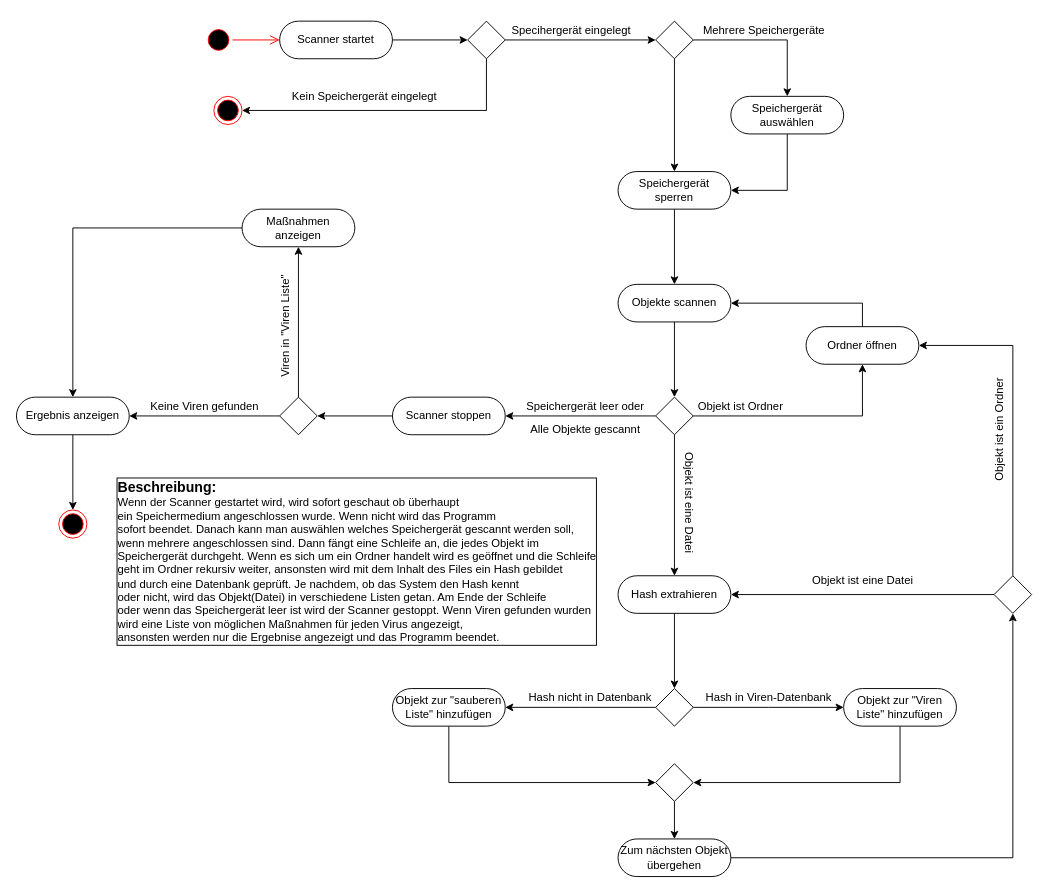
Above: Diagramme/MaturaAktivitaet.drawio in Raspirus/Raspirus (draw.io), before the change. Source tidied: cells renumbered, new cells numbered last; positions are measured from the earlier drawing's top-left corner, leaving out a move shared by most shapes. Both pictures are drawn from the tidied source at 94%, with x=0, y=0 at pixel (16, 16).
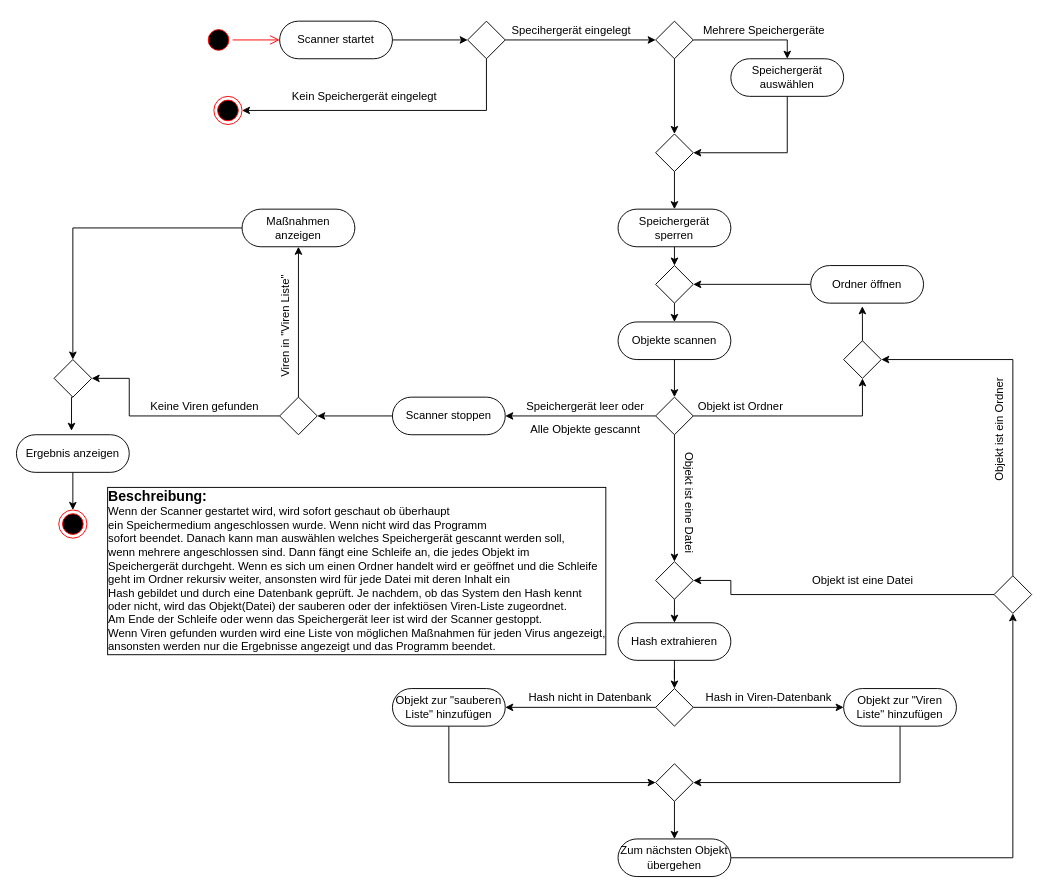
Above is the later version.

The change refers to these unchanged cells:
```xml
<mxCell id="13" style="rhombus;whiteSpace=wrap;html=1;" parent="1" vertex="1">
  <mxGeometry x="680" y="5" width="40" height="40" as="geometry" />
</mxCell>
<mxCell id="25" style="rhombus;whiteSpace=wrap;html=1;" parent="1" vertex="1">
  <mxGeometry x="680" y="405" width="40" height="40" as="geometry" />
</mxCell>
<mxCell id="50" style="rhombus;whiteSpace=wrap;html=1;" parent="1" vertex="1">
  <mxGeometry x="1040" y="595" width="40" height="40" as="geometry" />
</mxCell>
<mxCell id="55" style="rhombus;whiteSpace=wrap;html=1;" parent="1" vertex="1">
  <mxGeometry x="280" y="405" width="40" height="40" as="geometry" />
</mxCell>
<mxCell id="57" value="Maßnahmen anzeigen" style="rounded=1;whiteSpace=wrap;html=1;arcSize=50;" parent="1" vertex="1">
  <mxGeometry x="240" y="205" width="120" height="40" as="geometry" />
</mxCell>
```

The edit, as a diff of the source:
```diff
@@
-    <mxCell id="12" style="edgeStyle=orthogonalEdgeStyle;rounded=0;jettySize=auto;html=1;entryX=0.5;entryY=0;entryDx=0;entryDy=0;" parent="1" edge="1" source="13" target="19">
-      <mxGeometry relative="1" as="geometry" />
-    </mxCell>
+    <mxCell id="65" style="edgeStyle=orthogonalEdgeStyle;rounded=0;jettySize=auto;html=1;exitX=0.5;exitY=1;exitDx=0;exitDy=0;entryX=0.5;entryY=0;entryDx=0;entryDy=0;" parent="1" edge="1" source="13" target="76">
+      <mxGeometry relative="1" as="geometry" />
+    </mxCell>
@@
-    <mxCell id="15" style="edgeStyle=orthogonalEdgeStyle;rounded=0;jettySize=auto;html=1;entryX=1;entryY=0.5;entryDx=0;entryDy=0;" parent="1" edge="1" source="16" target="19">
-      <mxGeometry relative="1" as="geometry" />
-    </mxCell>
+    <mxCell id="66" style="edgeStyle=orthogonalEdgeStyle;rounded=0;jettySize=auto;html=1;exitX=0.5;exitY=1;exitDx=0;exitDy=0;entryX=1;entryY=0.5;entryDx=0;entryDy=0;" parent="1" edge="1" source="16" target="76">
+      <mxGeometry relative="1" as="geometry" />
+    </mxCell>
     <mxCell id="16" value="Speichergerät auswählen" style="rounded=1;whiteSpace=wrap;html=1;arcSize=50;" parent="1" vertex="1">
-      <mxGeometry x="760" y="85" width="120" height="40" as="geometry" />
+      <mxGeometry x="760" y="45" width="120" height="40" as="geometry" />
     </mxCell>
@@
-    <mxCell id="18" style="edgeStyle=orthogonalEdgeStyle;rounded=0;jettySize=auto;html=1;entryX=0.5;entryY=0;entryDx=0;entryDy=0;" parent="1" edge="1" source="19" target="21">
-      <mxGeometry relative="1" as="geometry" />
-    </mxCell>
+    <mxCell id="67" style="edgeStyle=orthogonalEdgeStyle;rounded=0;jettySize=auto;html=1;exitX=0.5;exitY=1;exitDx=0;exitDy=0;entryX=0.5;entryY=0;entryDx=0;entryDy=0;" parent="1" edge="1" source="19" target="78">
+      <mxGeometry relative="1" as="geometry" />
+    </mxCell>
     <mxCell id="19" value="Speichergerät sperren" style="rounded=1;whiteSpace=wrap;html=1;arcSize=50;" parent="1" vertex="1">
-      <mxGeometry x="640" y="165" width="120" height="40" as="geometry" />
+      <mxGeometry x="640" y="205" width="120" height="40" as="geometry" />
     </mxCell>
@@
     <mxCell id="21" value="Objekte scannen" style="rounded=1;whiteSpace=wrap;html=1;arcSize=50;" parent="1" vertex="1">
-      <mxGeometry x="640" y="285" width="120" height="40" as="geometry" />
+      <mxGeometry x="640" y="325" width="120" height="40" as="geometry" />
     </mxCell>
@@
-    <mxCell id="23" style="edgeStyle=orthogonalEdgeStyle;rounded=0;jettySize=auto;html=1;exitX=1;exitY=0.5;exitDx=0;exitDy=0;entryX=0.5;entryY=1;entryDx=0;entryDy=0;" parent="1" edge="1" source="25" target="31">
-      <mxGeometry relative="1" as="geometry" />
-    </mxCell>
-    <mxCell id="24" style="edgeStyle=orthogonalEdgeStyle;rounded=0;jettySize=auto;html=1;entryX=0.5;entryY=0;entryDx=0;entryDy=0;fontSize=15;" parent="1" edge="1" source="25" target="33">
-      <mxGeometry relative="1" as="geometry" />
-    </mxCell>
+    <mxCell id="68" style="edgeStyle=orthogonalEdgeStyle;rounded=0;jettySize=auto;html=1;exitX=1;exitY=0.5;exitDx=0;exitDy=0;entryX=0.5;entryY=1;entryDx=0;entryDy=0;" parent="1" edge="1" source="25" target="80">
+      <mxGeometry relative="1" as="geometry" />
+    </mxCell>
+    <mxCell id="69" style="edgeStyle=orthogonalEdgeStyle;rounded=0;jettySize=auto;html=1;exitX=0.5;exitY=1;exitDx=0;exitDy=0;entryX=0.5;entryY=0;entryDx=0;entryDy=0;" parent="1" edge="1" source="25" target="82">
+      <mxGeometry relative="1" as="geometry" />
+    </mxCell>
@@
-    <mxCell id="30" style="edgeStyle=orthogonalEdgeStyle;rounded=0;jettySize=auto;html=1;entryX=1;entryY=0.5;entryDx=0;entryDy=0;" parent="1" edge="1" source="31" target="21">
-      <mxGeometry relative="1" as="geometry">
-        <Array as="points">
-          <mxPoint x="900" y="305" />
-        </Array>
-      </mxGeometry>
-    </mxCell>
+    <mxCell id="70" style="edgeStyle=orthogonalEdgeStyle;rounded=0;jettySize=auto;html=1;entryX=1;entryY=0.5;entryDx=0;entryDy=0;" parent="1" edge="1" source="31" target="78">
+      <mxGeometry relative="1" as="geometry">
+        <Array as="points">
+          <mxPoint x="900" y="285" />
+        </Array>
+      </mxGeometry>
+    </mxCell>
     <mxCell id="31" value="Ordner öffnen" style="rounded=1;whiteSpace=wrap;html=1;arcSize=50;" parent="1" vertex="1">
-      <mxGeometry x="840" y="330" width="120" height="40" as="geometry" />
+      <mxGeometry x="845" y="265" width="120" height="40" as="geometry" />
     </mxCell>
@@
     <mxCell id="33" value="Hash extrahieren" style="rounded=1;whiteSpace=wrap;html=1;arcSize=50;" parent="1" vertex="1">
-      <mxGeometry x="640" y="595" width="120" height="40" as="geometry" />
+      <mxGeometry x="640" y="645" width="120" height="40" as="geometry" />
     </mxCell>
@@
-    <mxCell id="48" style="edgeStyle=orthogonalEdgeStyle;rounded=0;jettySize=auto;html=1;entryX=1;entryY=0.5;entryDx=0;entryDy=0;" parent="1" edge="1" source="50" target="33">
-      <mxGeometry relative="1" as="geometry" />
-    </mxCell>
-    <mxCell id="49" style="edgeStyle=orthogonalEdgeStyle;rounded=0;jettySize=auto;html=1;entryX=1;entryY=0.5;entryDx=0;entryDy=0;" parent="1" edge="1" source="50" target="31">
-      <mxGeometry relative="1" as="geometry">
-        <Array as="points">
-          <mxPoint x="1060" y="350" />
-        </Array>
-      </mxGeometry>
-    </mxCell>
+    <mxCell id="71" style="edgeStyle=orthogonalEdgeStyle;rounded=0;jettySize=auto;html=1;exitX=0.5;exitY=0;exitDx=0;exitDy=0;entryX=1;entryY=0.5;entryDx=0;entryDy=0;" parent="1" edge="1" source="50" target="80">
+      <mxGeometry relative="1" as="geometry" />
+    </mxCell>
+    <mxCell id="72" style="edgeStyle=orthogonalEdgeStyle;rounded=0;jettySize=auto;html=1;exitX=0;exitY=0.5;exitDx=0;exitDy=0;entryX=1;entryY=0.5;entryDx=0;entryDy=0;" parent="1" edge="1" source="50" target="82">
+      <mxGeometry relative="1" as="geometry">
+        <Array as="points">
+          <mxPoint x="760" y="615" />
+          <mxPoint x="760" y="600" />
+        </Array>
+      </mxGeometry>
+    </mxCell>
@@
-    <mxCell id="54" style="edgeStyle=orthogonalEdgeStyle;rounded=0;jettySize=auto;html=1;entryX=1;entryY=0.5;entryDx=0;entryDy=0;" parent="1" edge="1" source="55" target="60">
-      <mxGeometry relative="1" as="geometry" />
-    </mxCell>
+    <mxCell id="73" style="edgeStyle=orthogonalEdgeStyle;rounded=0;jettySize=auto;html=1;exitX=0;exitY=0.5;exitDx=0;exitDy=0;" parent="1" edge="1" source="55" target="84">
+      <mxGeometry relative="1" as="geometry">
+        <Array as="points">
+          <mxPoint x="120" y="425" />
+          <mxPoint x="120" y="385" />
+        </Array>
+      </mxGeometry>
+    </mxCell>
@@
-    <mxCell id="56" style="edgeStyle=orthogonalEdgeStyle;rounded=0;jettySize=auto;html=1;entryX=0.5;entryY=0;entryDx=0;entryDy=0;" parent="1" edge="1" source="57" target="60">
-      <mxGeometry relative="1" as="geometry" />
-    </mxCell>
+    <mxCell id="74" style="edgeStyle=orthogonalEdgeStyle;rounded=0;jettySize=auto;html=1;exitX=0;exitY=0.5;exitDx=0;exitDy=0;entryX=0.5;entryY=0;entryDx=0;entryDy=0;" parent="1" edge="1" source="57" target="84">
+      <mxGeometry relative="1" as="geometry" />
+    </mxCell>
@@
     <mxCell id="60" value="Ergebnis anzeigen" style="rounded=1;whiteSpace=wrap;html=1;arcSize=50;" parent="1" vertex="1">
-      <mxGeometry y="405" width="120" height="40" as="geometry" />
+      <mxGeometry y="445" width="120" height="40" as="geometry" />
     </mxCell>
@@
-    <mxCell id="63" value="&lt;b&gt;&lt;font style=&quot;font-size: 15px;&quot;&gt;Beschreibung:&lt;/font&gt;&lt;/b&gt;&lt;br&gt;Wenn der Scanner gestartet wird, wird sofort geschaut ob überhaupt&lt;br&gt;ein Speichermedium angeschlossen wurde. Wenn nicht wird das Programm&lt;br&gt;sofort beendet. Danach kann man auswählen welches Speichergerät gescannt werden soll,&amp;nbsp;&lt;br&gt;wenn mehrere angeschlossen sind. Dann fängt eine Schleife an, die jedes Objekt im&lt;br&gt;Speichergerät durchgeht. Wenn es sich um ein Ordner handelt wird es geöffnet und die Schleife&lt;br&gt;geht im Ordner rekursiv weiter, ansonsten wird mit dem Inhalt des Files ein Hash gebildet&lt;br&gt;und durch eine Datenbank geprüft. Je nachdem, ob das System den Hash kennt&lt;br&gt;oder nicht, wird das Objekt(Datei) in verschiedene Listen getan. Am Ende der Schleife&lt;br&gt;oder wenn das Speichergerät leer ist wird der Scanner gestoppt. Wenn Viren gefunden wurden&lt;br&gt;wird eine Liste von möglichen Maßnahmen für jeden Virus angezeigt,&lt;br&gt;ansonsten werden nur die Ergebnise angezeigt und das Programm beendet." style="text;html=1;align=left;verticalAlign=middle;strokeColor=none;fillColor=none;labelBorderColor=default;spacingTop=0;spacing=2;labelBackgroundColor=default;labelPadding=0;noLabel=0;" parent="1" vertex="1">
-      <mxGeometry x="105" y="485" width="530" height="190" as="geometry" />
+    <mxCell id="63" value="&lt;b&gt;&lt;font style=&quot;font-size: 15px;&quot;&gt;Beschreibung:&lt;/font&gt;&lt;/b&gt;&lt;br&gt;Wenn der Scanner gestartet wird, wird sofort geschaut ob überhaupt&lt;br&gt;ein Speichermedium angeschlossen wurde. Wenn nicht wird das Programm&lt;br&gt;sofort beendet. Danach kann man auswählen welches Speichergerät gescannt werden soll,&amp;nbsp;&lt;br&gt;wenn mehrere angeschlossen sind. Dann fängt eine Schleife an, die jedes Objekt im&lt;br&gt;Speichergerät durchgeht. Wenn es sich um einen Ordner handelt wird er geöffnet und die Schleife&lt;br&gt;geht im Ordner rekursiv weiter, ansonsten wird für jede Datei mit deren Inhalt ein&lt;br&gt;Hash gebildet und durch eine Datenbank geprüft. Je nachdem, ob das System den Hash kennt&lt;br&gt;oder nicht, wird das Objekt(Datei) der sauberen oder der infektiösen Viren-Liste zugeordnet.&lt;br&gt;Am Ende der Schleife oder wenn das Speichergerät leer ist wird der Scanner gestoppt. &lt;br&gt;Wenn Viren gefunden wurden wird eine Liste von möglichen Maßnahmen für jeden Virus angezeigt,&lt;br&gt;ansonsten werden nur die Ergebnisse angezeigt und das Programm beendet." style="text;html=1;align=left;verticalAlign=middle;strokeColor=none;fillColor=none;labelBorderColor=default;spacingTop=0;spacing=2;labelBackgroundColor=default;labelPadding=0;noLabel=0;" parent="1" vertex="1">
+      <mxGeometry x="95" y="495" width="550" height="190" as="geometry" />
     </mxCell>
@@
+    <mxCell id="75" style="edgeStyle=orthogonalEdgeStyle;rounded=0;jettySize=auto;html=1;exitX=0.5;exitY=1;exitDx=0;exitDy=0;entryX=0.5;entryY=0;entryDx=0;entryDy=0;" parent="1" edge="1" source="76" target="19">
+      <mxGeometry relative="1" as="geometry" />
+    </mxCell>
+    <mxCell id="76" style="rhombus;whiteSpace=wrap;html=1;" parent="1" vertex="1">
+      <mxGeometry x="680" y="125" width="40" height="40" as="geometry" />
+    </mxCell>
+    <mxCell id="77" style="edgeStyle=orthogonalEdgeStyle;rounded=0;jettySize=auto;html=1;exitX=0.5;exitY=1;exitDx=0;exitDy=0;entryX=0.5;entryY=0;entryDx=0;entryDy=0;" parent="1" edge="1" source="78" target="21">
+      <mxGeometry relative="1" as="geometry" />
+    </mxCell>
+    <mxCell id="78" style="rhombus;whiteSpace=wrap;html=1;" parent="1" vertex="1">
+      <mxGeometry x="680" y="265" width="40" height="40" as="geometry" />
+    </mxCell>
+    <mxCell id="79" style="edgeStyle=orthogonalEdgeStyle;rounded=0;jettySize=auto;html=1;entryX=0.457;entryY=1.084;entryDx=0;entryDy=0;entryPerimeter=0;" parent="1" edge="1" source="80" target="31">
+      <mxGeometry relative="1" as="geometry" />
+    </mxCell>
+    <mxCell id="80" style="rhombus;whiteSpace=wrap;html=1;" parent="1" vertex="1">
+      <mxGeometry x="880" y="345" width="40" height="40" as="geometry" />
+    </mxCell>
+    <mxCell id="81" style="edgeStyle=orthogonalEdgeStyle;rounded=0;jettySize=auto;html=1;exitX=0.5;exitY=1;exitDx=0;exitDy=0;entryX=0.5;entryY=0;entryDx=0;entryDy=0;" parent="1" edge="1" source="82" target="33">
+      <mxGeometry relative="1" as="geometry" />
+    </mxCell>
+    <mxCell id="82" style="rhombus;whiteSpace=wrap;html=1;" parent="1" vertex="1">
+      <mxGeometry x="680" y="580" width="40" height="40" as="geometry" />
+    </mxCell>
+    <mxCell id="83" style="edgeStyle=orthogonalEdgeStyle;rounded=0;jettySize=auto;html=1;exitX=0.5;exitY=1;exitDx=0;exitDy=0;entryX=0.488;entryY=-0.105;entryDx=0;entryDy=0;entryPerimeter=0;" parent="1" edge="1" source="84" target="60">
+      <mxGeometry relative="1" as="geometry" />
+    </mxCell>
+    <mxCell id="84" style="rhombus;whiteSpace=wrap;html=1;" parent="1" vertex="1">
+      <mxGeometry x="40" y="365" width="40" height="40" as="geometry" />
+    </mxCell>
```
